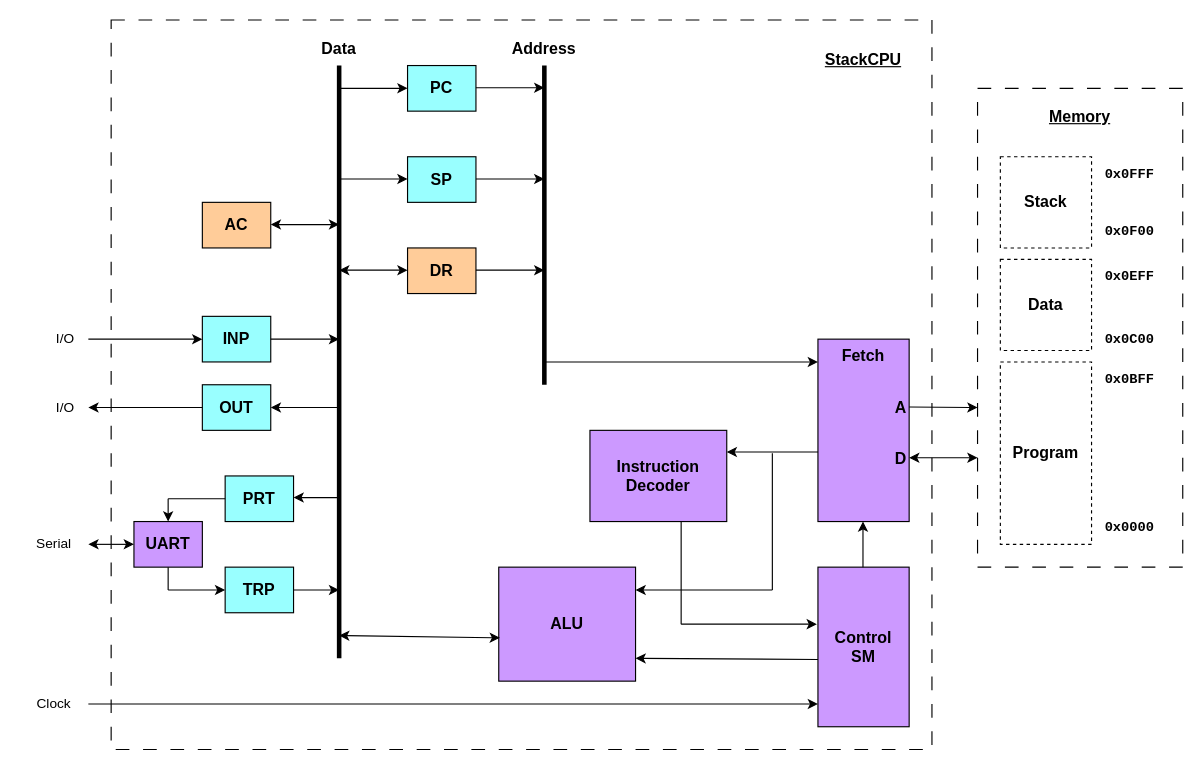
Before: docs/StackCPU-Architecture.drawio in dervish77/StackCPU, a draw.io diagram. Source tidied: cells renumbered, new cells numbered last; positions are measured from the earlier drawing's top-left corner, leaving out a move shared by most shapes. Both pictures are drawn from the tidied source at 114%, with x=0, y=0 at pixel (19, 19).
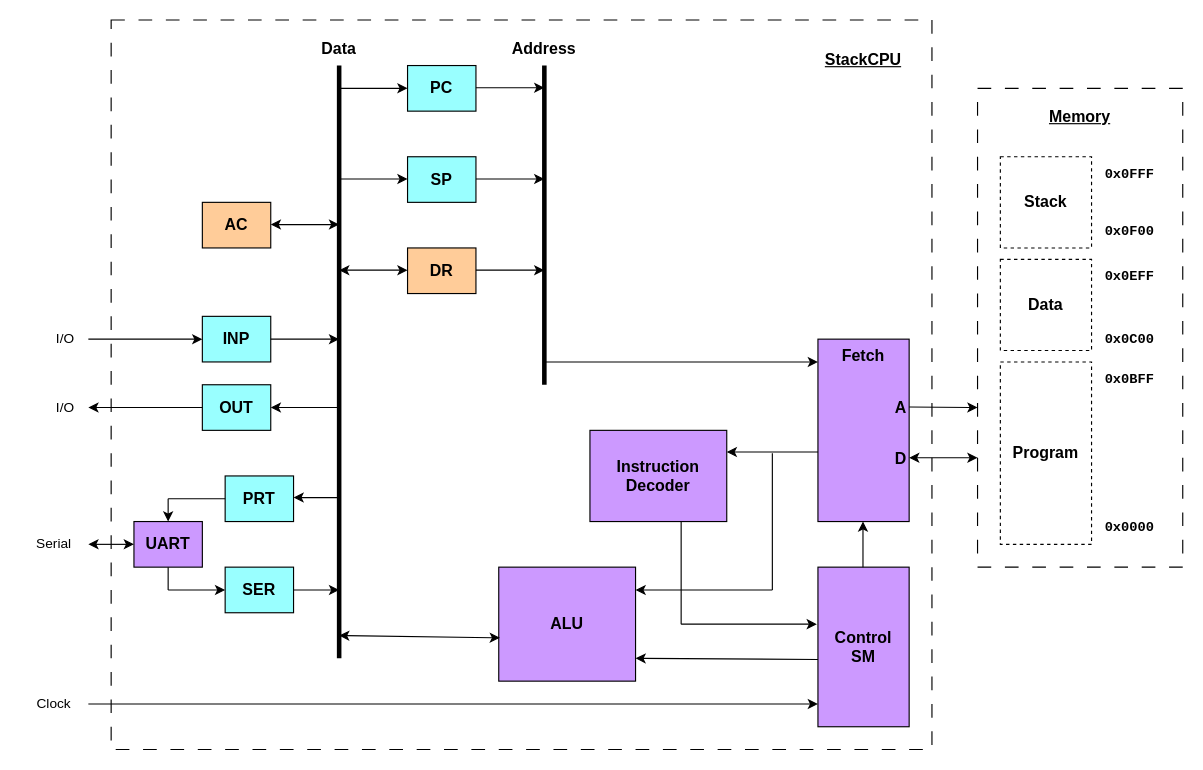
After the change.

Commit message:
renamed TRP to SER

The edit, as a diff of the source:
```diff
@@
-    <mxCell id="58" value="&lt;font style=&quot;font-size: 14px;&quot;&gt;&lt;b&gt;TRP&lt;/b&gt;&lt;/font&gt;" style="rounded=0;whiteSpace=wrap;html=1;fillColor=#99FFFF;" parent="1" vertex="1">
+    <mxCell id="58" value="&lt;font style=&quot;font-size: 14px;&quot;&gt;&lt;b&gt;SER&lt;/b&gt;&lt;/font&gt;" style="rounded=0;whiteSpace=wrap;html=1;fillColor=#99FFFF;" parent="1" vertex="1">
       <mxGeometry x="180" y="480" width="60" height="40" as="geometry" />
     </mxCell>
```
